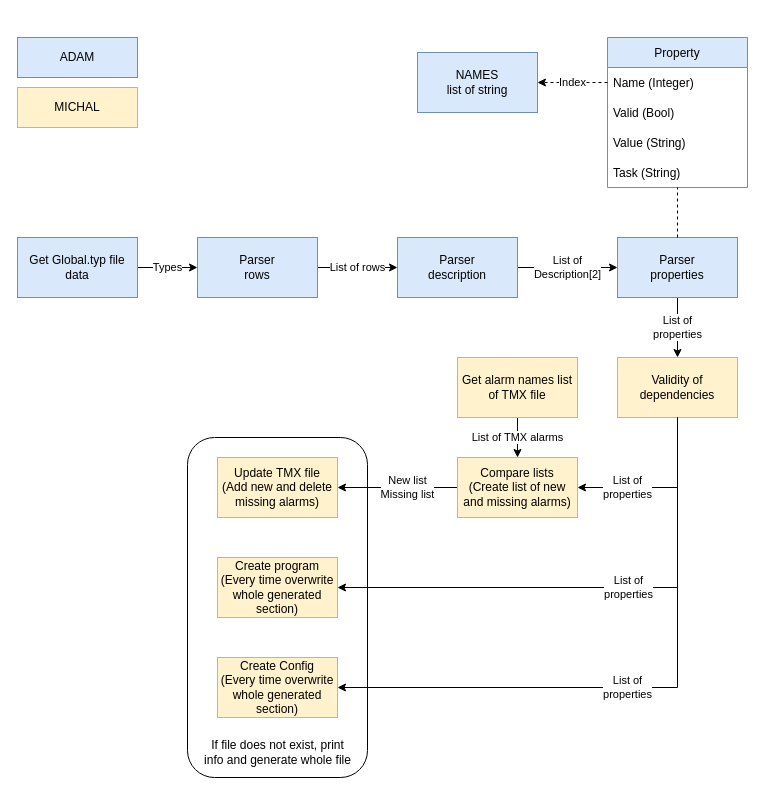
br-automation-community-oss/create-alarms keeps this draw.io diagram as CreateAlarms.drawio. Above is the earlier version. Source tidied: cells renumbered, new cells numbered last; positions are measured from the earlier drawing's top-left corner, leaving out a move shared by most shapes. Both pictures are drawn from the tidied source at 100%, with x=0, y=0 at pixel (17, 37).
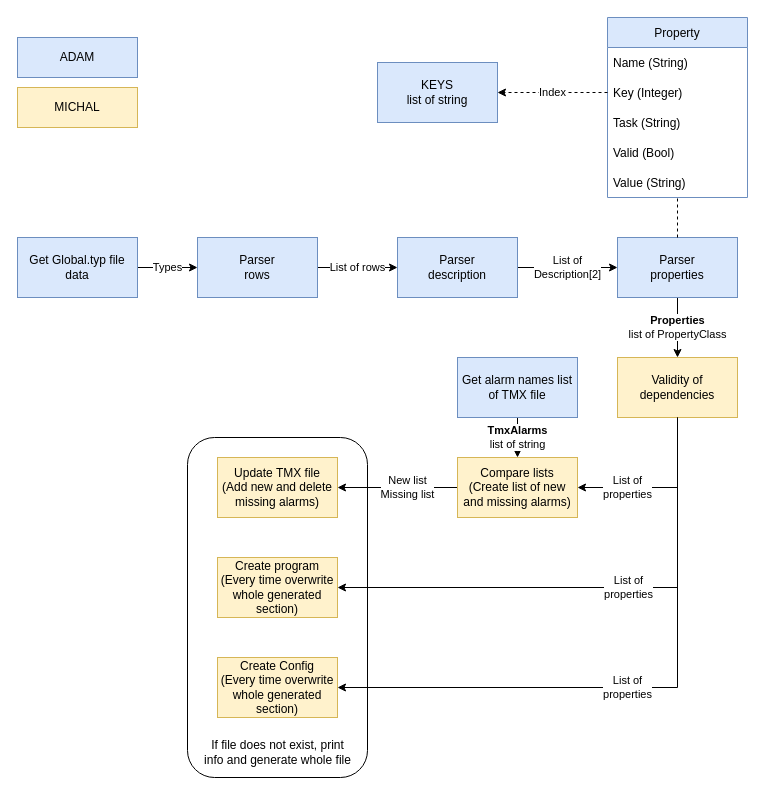
After the change.

Unchanged cells that the change refers to:
```xml
<mxCell id="13" value="Parser&lt;br&gt;properties" style="rounded=0;whiteSpace=wrap;html=1;fillColor=#dae8fc;strokeColor=#6c8ebf;" parent="1" vertex="1">
  <mxGeometry x="600" y="200" width="120" height="60" as="geometry" />
</mxCell>
<mxCell id="16" value="Validity&amp;nbsp;of dependencies" style="rounded=0;whiteSpace=wrap;html=1;fillColor=#fff2cc;strokeColor=#d6b656;" parent="1" vertex="1">
  <mxGeometry x="600" y="320" width="120" height="60" as="geometry" />
</mxCell>
<mxCell id="27" value="Compare lists&lt;br&gt;(Create list of new and missing alarms)" style="rounded=0;whiteSpace=wrap;html=1;fillColor=#fff2cc;strokeColor=#d6b656;" parent="1" vertex="1">
  <mxGeometry x="440" y="420" width="120" height="60" as="geometry" />
</mxCell>
```

Change to the diagram source:
```diff
@@
-    <mxCell id="2" style="rounded=1;whiteSpace=wrap;html=1;labelBackgroundColor=none;" parent="1" vertex="1">
-      <mxGeometry x="170" y="400" width="180" height="340" as="geometry" />
-    </mxCell>
+    <mxCell id="33" style="rounded=1;whiteSpace=wrap;html=1;labelBackgroundColor=none;" parent="1" vertex="1">
+      <mxGeometry x="170" y="400" width="180" height="340" as="geometry" />
+    </mxCell>
     <mxCell id="3" value="Property" style="swimlane;fontStyle=0;horizontal=1;startSize=30;fillColor=#dae8fc;strokeColor=#6c8ebf;" parent="1" vertex="1">
-      <mxGeometry x="590" width="140" height="150" as="geometry" />
+      <mxGeometry x="590" y="-20" width="140" height="180" as="geometry" />
     </mxCell>
-    <mxCell id="4" value="Name (Integer)" style="text;strokeColor=none;fillColor=none;align=left;verticalAlign=middle;spacingLeft=4;spacingRight=4;overflow=hidden;points=[[0,0.5],[1,0.5]];portConstraint=eastwest;" parent="3" vertex="1">
-      <mxGeometry y="30" width="140" height="30" as="geometry" />
-    </mxCell>
+    <mxCell id="34" value="Name (String)" style="text;strokeColor=none;fillColor=none;align=left;verticalAlign=middle;spacingLeft=4;spacingRight=4;overflow=hidden;" parent="3" vertex="1">
+      <mxGeometry y="30" width="140" height="30" as="geometry" />
+    </mxCell>
+    <mxCell id="35" value="Key (Integer)" style="text;strokeColor=none;fillColor=none;align=left;verticalAlign=middle;spacingLeft=4;spacingRight=4;overflow=hidden;points=[[0,0.5],[1,0.5]];portConstraint=eastwest;" parent="3" vertex="1">
+      <mxGeometry y="60" width="140" height="30" as="geometry" />
+    </mxCell>
+    <mxCell id="7" value="Task (String)" style="text;strokeColor=none;fillColor=none;align=left;verticalAlign=middle;spacingLeft=4;spacingRight=4;overflow=hidden;" parent="3" vertex="1">
+      <mxGeometry y="90" width="140" height="30" as="geometry" />
+    </mxCell>
     <mxCell id="5" value="Valid (Bool)" style="text;strokeColor=none;fillColor=none;align=left;verticalAlign=middle;spacingLeft=4;spacingRight=4;overflow=hidden;" parent="3" vertex="1">
-      <mxGeometry y="60" width="140" height="30" as="geometry" />
+      <mxGeometry y="120" width="140" height="30" as="geometry" />
     </mxCell>
     <mxCell id="6" value="Value (String)" style="text;strokeColor=none;fillColor=none;align=left;verticalAlign=middle;spacingLeft=4;spacingRight=4;overflow=hidden;" parent="3" vertex="1">
-      <mxGeometry y="90" width="140" height="30" as="geometry" />
+      <mxGeometry y="150" width="140" height="30" as="geometry" />
     </mxCell>
-    <mxCell id="7" value="Task (String)" style="text;strokeColor=none;fillColor=none;align=left;verticalAlign=middle;spacingLeft=4;spacingRight=4;overflow=hidden;" parent="3" vertex="1">
-      <mxGeometry y="120" width="140" height="30" as="geometry" />
-    </mxCell>
@@
-    <mxCell id="12" value="List of&lt;br&gt;properties" style="edgeStyle=orthogonalEdgeStyle;rounded=0;jettySize=auto;html=1;exitX=0.5;exitY=1;exitDx=0;exitDy=0;" parent="1" edge="1" source="13" target="16">
+    <mxCell id="12" value="&lt;b&gt;Properties&lt;/b&gt;&lt;br&gt;list of PropertyClass" style="edgeStyle=orthogonalEdgeStyle;rounded=0;jettySize=auto;html=1;exitX=0.5;exitY=1;exitDx=0;exitDy=0;" parent="1" edge="1" source="13" target="16">
       <mxGeometry relative="1" as="geometry" />
     </mxCell>
@@
-    <mxCell id="17" value="NAMES&lt;br&gt;list of string" style="rounded=0;whiteSpace=wrap;html=1;fillColor=#dae8fc;strokeColor=#6c8ebf;" parent="1" vertex="1">
-      <mxGeometry x="400" y="15" width="120" height="60" as="geometry" />
-    </mxCell>
+    <mxCell id="36" value="KEYS&lt;br&gt;list of string" style="rounded=0;whiteSpace=wrap;html=1;fillColor=#dae8fc;strokeColor=#6c8ebf;" parent="1" vertex="1">
+      <mxGeometry x="360" y="25" width="120" height="60" as="geometry" />
+    </mxCell>
-    <mxCell id="18" value="Index" style="edgeStyle=orthogonalEdgeStyle;rounded=0;jettySize=auto;html=1;exitX=0;exitY=0.5;exitDx=0;exitDy=0;entryX=1;entryY=0.5;entryDx=0;entryDy=0;dashed=1;" parent="1" edge="1" source="4" target="17">
+    <mxCell id="18" value="Index" style="edgeStyle=orthogonalEdgeStyle;rounded=0;jettySize=auto;html=1;exitX=0;exitY=0.5;exitDx=0;exitDy=0;entryX=1;entryY=0.5;entryDx=0;entryDy=0;dashed=1;" parent="1" edge="1" source="35" target="36">
       <mxGeometry relative="1" as="geometry" />
     </mxCell>
@@
-    <mxCell id="28" value="List of TMX alarms" style="edgeStyle=orthogonalEdgeStyle;rounded=0;jettySize=auto;html=1;" parent="1" edge="1" source="29" target="27">
+    <mxCell id="28" value="&lt;b&gt;TmxAlarms&lt;br&gt;&lt;/b&gt;list of string" style="edgeStyle=orthogonalEdgeStyle;rounded=0;jettySize=auto;html=1;" parent="1" edge="1" source="29" target="27">
       <mxGeometry relative="1" as="geometry" />
     </mxCell>
-    <mxCell id="29" value="Get alarm names list of TMX file" style="rounded=0;whiteSpace=wrap;html=1;fillColor=#fff2cc;strokeColor=#d6b656;" parent="1" vertex="1">
+    <mxCell id="29" value="Get alarm names list of TMX file" style="rounded=0;whiteSpace=wrap;html=1;fillColor=#dae8fc;strokeColor=#6c8ebf;" parent="1" vertex="1">
       <mxGeometry x="440" y="320" width="120" height="60" as="geometry" />
     </mxCell>
```
